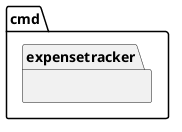
NilsEckerle/expensetracker keeps this PlantUML diagram as docs/diagrams/out/gen/project.png. Above is the earlier version.
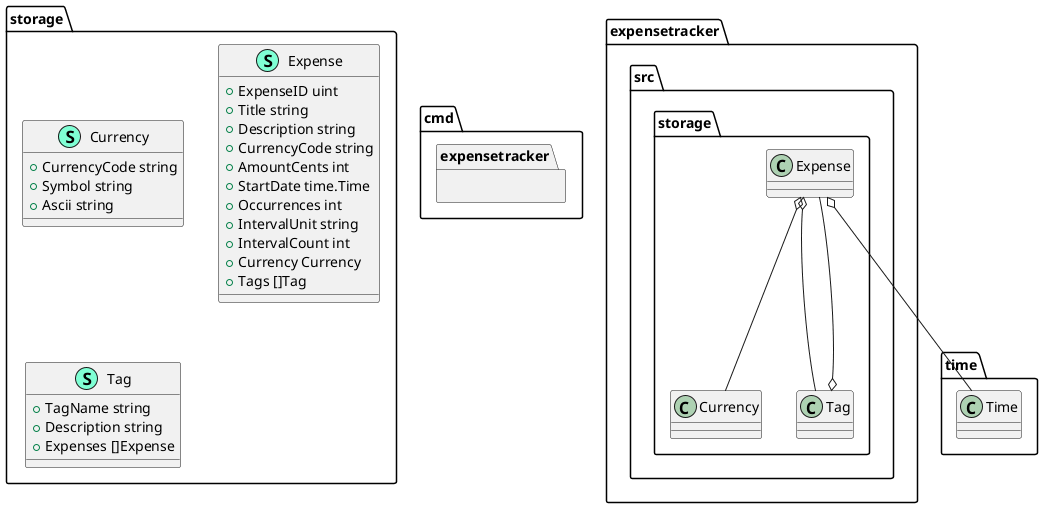
After the commit.

What changed in the source:
```diff
@@ -3,8 +3,40 @@
     namespace expensetracker {
     }
 }
+namespace storage {
+    class "Currency" << (S,Aquamarine) >> {
+        + CurrencyCode string
+        + Symbol string
+        + Ascii string
+
+    }
+    class "Expense" << (S,Aquamarine) >> {
+        + ExpenseID uint
+        + Title string
+        + Description string
+        + CurrencyCode string
+        + AmountCents int
+        + StartDate time.Time
+        + Occurrences int
+        + IntervalUnit string
+        + IntervalCount int
+        + Currency Currency
+        + Tags []Tag
+
+    }
+    class "Tag" << (S,Aquamarine) >> {
+        + TagName string
+        + Description string
+        + Expenses []Expense
+
+    }
+}
 
 
+"expensetracker.src.storage.Expense" o-- "expensetracker.src.storage.Currency"
+"expensetracker.src.storage.Expense" o-- "expensetracker.src.storage.Tag"
+"expensetracker.src.storage.Expense" o-- "time.Time"
+"expensetracker.src.storage.Tag" o-- "expensetracker.src.storage.Expense"
 
 
 @enduml
```
